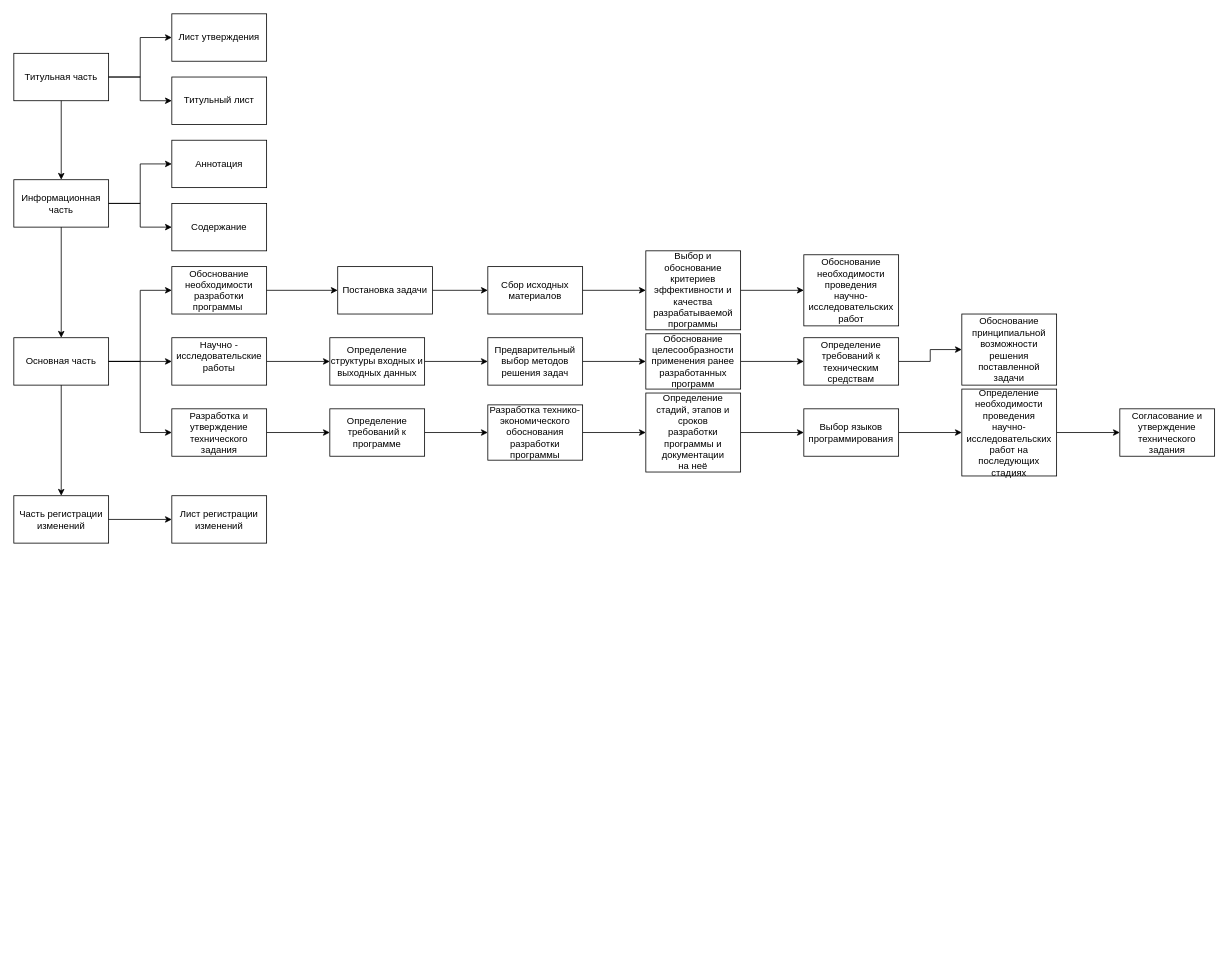
The draw.io diagram PractWork7.drawio in Skverno-Slov/Pitpm, before the edit. Source tidied: cells renumbered, new cells numbered last; positions are measured from the earlier drawing's top-left corner, leaving out a move shared by most shapes. Both pictures are drawn from the tidied source at 79%, with x=0, y=0 at pixel (13, 13).
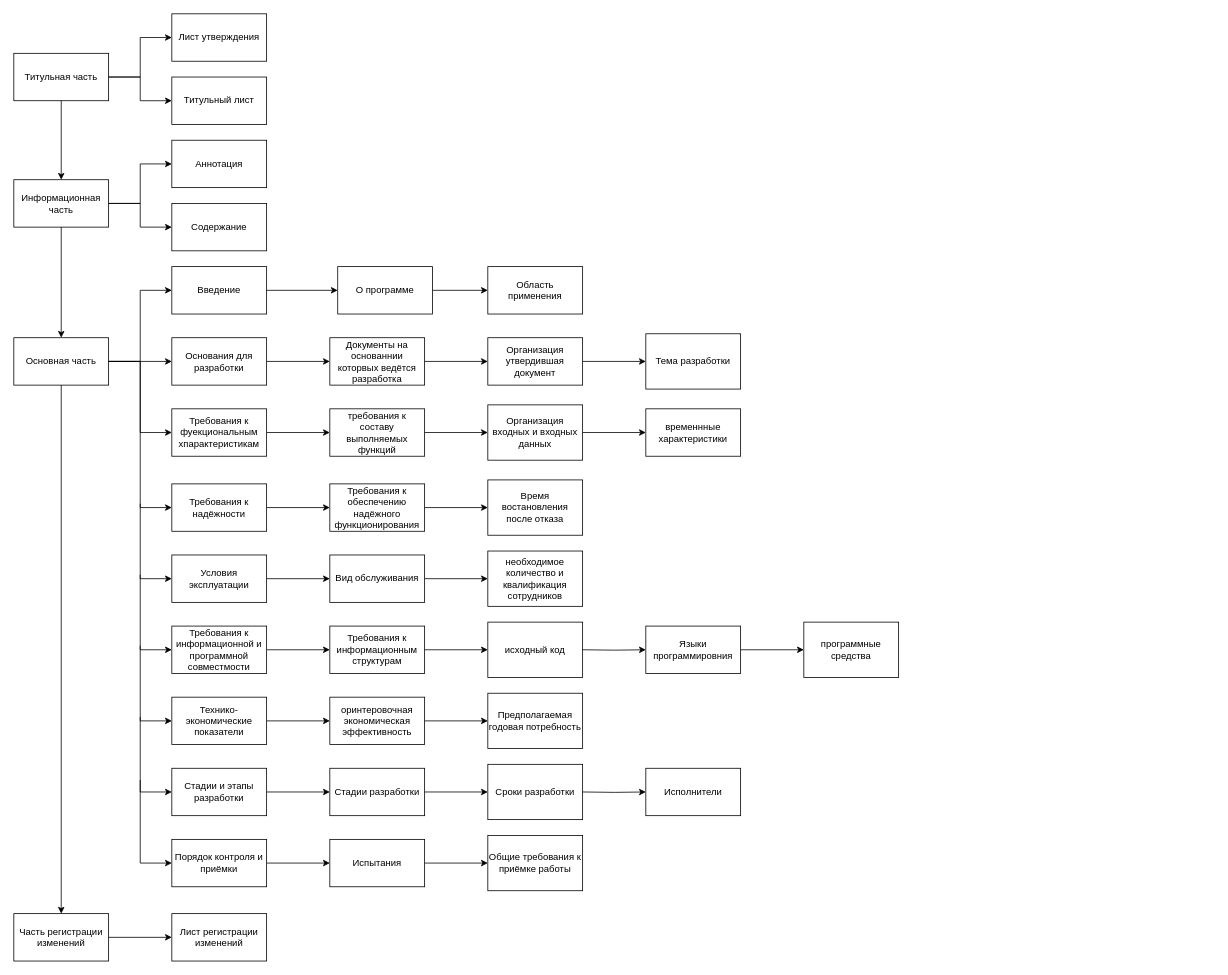
The same diagram, later.

The change refers to these unchanged cells:
```xml
<mxCell id="4" value="Основная часть" style="rounded=0;whiteSpace=wrap;html=1;" parent="1" vertex="1">
  <mxGeometry y="410" width="120" height="60" as="geometry" />
</mxCell>
```

Change to the diagram source:
```diff
@@
     <mxCell id="5" value="Часть регистрации изменений" style="rounded=0;whiteSpace=wrap;html=1;" parent="1" vertex="1">
-      <mxGeometry y="610" width="120" height="60" as="geometry" />
+      <mxGeometry y="1139" width="120" height="60" as="geometry" />
     </mxCell>
     <mxCell id="6" value="Лист регистрации изменений" style="rounded=0;whiteSpace=wrap;html=1;" parent="1" vertex="1">
-      <mxGeometry x="200" y="610" width="120" height="60" as="geometry" />
+      <mxGeometry x="200" y="1139" width="120" height="60" as="geometry" />
     </mxCell>
@@
-    <mxCell id="19" value="Обоснование&lt;br/&gt;необходимости&lt;br/&gt;разработки программы&amp;nbsp;" style="rounded=0;whiteSpace=wrap;html=1;" parent="1" vertex="1">
+    <mxCell id="19" value="Введение" style="rounded=0;whiteSpace=wrap;html=1;" parent="1" vertex="1">
       <mxGeometry x="200" y="320" width="120" height="60" as="geometry" />
     </mxCell>
@@
-    <mxCell id="22" value="Разработка и&lt;br/&gt;утверждение&lt;br/&gt;технического задания" style="rounded=0;whiteSpace=wrap;html=1;" parent="1" vertex="1">
+    <mxCell id="22" value="Требования к фуекциональным хпарактеристикам" style="rounded=0;whiteSpace=wrap;html=1;" parent="1" vertex="1">
       <mxGeometry x="200" y="500" width="120" height="60" as="geometry" />
     </mxCell>
@@
-    <mxCell id="24" value="Научно - исследовательские&lt;br/&gt;работы&lt;div&gt;&lt;br/&gt;&lt;/div&gt;" style="rounded=0;whiteSpace=wrap;html=1;" parent="1" vertex="1">
+    <mxCell id="24" value="&lt;div&gt;Основания для разработки&lt;/div&gt;" style="rounded=0;whiteSpace=wrap;html=1;" parent="1" vertex="1">
       <mxGeometry x="200" y="410" width="120" height="60" as="geometry" />
     </mxCell>
@@
-    <mxCell id="29" value="Постановка задачи" style="rounded=0;whiteSpace=wrap;html=1;" parent="1" vertex="1">
+    <mxCell id="29" value="О программе" style="rounded=0;whiteSpace=wrap;html=1;" parent="1" vertex="1">
       <mxGeometry x="410" y="320" width="120" height="60" as="geometry" />
     </mxCell>
-    <mxCell id="30" style="edgeStyle=orthogonalEdgeStyle;rounded=0;jettySize=auto;html=1;exitX=1;exitY=0.5;exitDx=0;exitDy=0;entryX=0;entryY=0.5;entryDx=0;entryDy=0;" parent="1" edge="1" source="31" target="33">
-      <mxGeometry relative="1" as="geometry" />
-    </mxCell>
-    <mxCell id="31" value="Сбор исходных материалов " style="rounded=0;whiteSpace=wrap;html=1;" parent="1" vertex="1">
+    <mxCell id="31" value="Область применения" style="rounded=0;whiteSpace=wrap;html=1;" parent="1" vertex="1">
       <mxGeometry x="600" y="320" width="120" height="60" as="geometry" />
     </mxCell>
-    <mxCell id="32" style="edgeStyle=orthogonalEdgeStyle;rounded=0;jettySize=auto;html=1;exitX=1;exitY=0.5;exitDx=0;exitDy=0;entryX=0;entryY=0.5;entryDx=0;entryDy=0;" parent="1" edge="1" source="33" target="34">
-      <mxGeometry relative="1" as="geometry" />
-    </mxCell>
-    <mxCell id="33" value="Выбор и обоснование критериев&lt;br/&gt;эффективности и качества&lt;br/&gt;разрабатываемой программы" style="rounded=0;whiteSpace=wrap;html=1;" parent="1" vertex="1">
-      <mxGeometry x="800" y="300" width="120" height="100" as="geometry" />
-    </mxCell>
-    <mxCell id="34" value="Обоснование необходимости проведения&lt;br/&gt;научно-исследовательских работ" style="rounded=0;whiteSpace=wrap;html=1;" parent="1" vertex="1">
-      <mxGeometry x="1000" y="305" width="120" height="90" as="geometry" />
-    </mxCell>
@@
-    <mxCell id="36" value="Определение структуры входных и&lt;br&gt;выходных данных" style="rounded=0;whiteSpace=wrap;html=1;" parent="1" vertex="1">
+    <mxCell id="36" value="Документы на основаннии которвых ведётся разработка" style="rounded=0;whiteSpace=wrap;html=1;" parent="1" vertex="1">
       <mxGeometry x="400" y="410" width="120" height="60" as="geometry" />
     </mxCell>
@@
-    <mxCell id="38" value="Предварительный выбор методов&lt;br/&gt;решения задач" style="rounded=0;whiteSpace=wrap;html=1;" parent="1" vertex="1">
+    <mxCell id="38" value="Организация утвердившая документ" style="rounded=0;whiteSpace=wrap;html=1;" parent="1" vertex="1">
       <mxGeometry x="600" y="410" width="120" height="60" as="geometry" />
     </mxCell>
-    <mxCell id="39" style="edgeStyle=orthogonalEdgeStyle;rounded=0;jettySize=auto;html=1;exitX=1;exitY=0.5;exitDx=0;exitDy=0;entryX=0;entryY=0.5;entryDx=0;entryDy=0;" parent="1" edge="1" source="40" target="42">
-      <mxGeometry relative="1" as="geometry" />
-    </mxCell>
-    <mxCell id="40" value="Обоснование целесообразности&lt;br/&gt;применения ранее разработанных&lt;br/&gt;программ" style="rounded=0;whiteSpace=wrap;html=1;" parent="1" vertex="1">
+    <mxCell id="40" value="Тема разработки" style="rounded=0;whiteSpace=wrap;html=1;" parent="1" vertex="1">
       <mxGeometry x="800" y="405" width="120" height="70" as="geometry" />
     </mxCell>
-    <mxCell id="41" style="edgeStyle=orthogonalEdgeStyle;rounded=0;jettySize=auto;html=1;exitX=1;exitY=0.5;exitDx=0;exitDy=0;entryX=0;entryY=0.5;entryDx=0;entryDy=0;" parent="1" edge="1" source="42" target="51">
-      <mxGeometry relative="1" as="geometry" />
-    </mxCell>
-    <mxCell id="42" value="Определение требований к техническим&lt;br/&gt;средствам" style="rounded=0;whiteSpace=wrap;html=1;" parent="1" vertex="1">
-      <mxGeometry x="1000" y="410" width="120" height="60" as="geometry" />
-    </mxCell>
@@
-    <mxCell id="44" value="Определение требований к программе" style="rounded=0;whiteSpace=wrap;html=1;" parent="1" vertex="1">
+    <mxCell id="44" value="требования к составу выполняемых функций" style="rounded=0;whiteSpace=wrap;html=1;" parent="1" vertex="1">
       <mxGeometry x="400" y="500" width="120" height="60" as="geometry" />
     </mxCell>
@@
-    <mxCell id="46" value="Разработка технико-экономического&lt;br/&gt;обоснования разработки программы" style="rounded=0;whiteSpace=wrap;html=1;" parent="1" vertex="1">
+    <mxCell id="46" value="Организация входных и входных данных" style="rounded=0;whiteSpace=wrap;html=1;" parent="1" vertex="1">
       <mxGeometry x="600" y="495" width="120" height="70" as="geometry" />
     </mxCell>
-    <mxCell id="47" style="edgeStyle=orthogonalEdgeStyle;rounded=0;jettySize=auto;html=1;exitX=1;exitY=0.5;exitDx=0;exitDy=0;entryX=0;entryY=0.5;entryDx=0;entryDy=0;" parent="1" edge="1" source="48" target="50">
-      <mxGeometry relative="1" as="geometry" />
-    </mxCell>
-    <mxCell id="48" value="Определение стадий, этапов и сроков&lt;br/&gt;разработки программы и документации&lt;br/&gt;на неё" style="rounded=0;whiteSpace=wrap;html=1;" parent="1" vertex="1">
-      <mxGeometry x="800" y="480" width="120" height="100" as="geometry" />
+    <mxCell id="48" value="временнные характеристики" style="rounded=0;whiteSpace=wrap;html=1;" parent="1" vertex="1">
+      <mxGeometry x="800" y="500" width="120" height="60" as="geometry" />
     </mxCell>
-    <mxCell id="49" style="edgeStyle=orthogonalEdgeStyle;rounded=0;jettySize=auto;html=1;exitX=1;exitY=0.5;exitDx=0;exitDy=0;entryX=0;entryY=0.5;entryDx=0;entryDy=0;" parent="1" edge="1" source="50" target="53">
-      <mxGeometry relative="1" as="geometry" />
-    </mxCell>
-    <mxCell id="50" value="Выбор языков программирования" style="rounded=0;whiteSpace=wrap;html=1;" parent="1" vertex="1">
-      <mxGeometry x="1000" y="500" width="120" height="60" as="geometry" />
-    </mxCell>
-    <mxCell id="51" value="Обоснование принципиальной&lt;br/&gt;возможности решения поставленной&lt;br/&gt;задачи " style="rounded=0;whiteSpace=wrap;html=1;" parent="1" vertex="1">
-      <mxGeometry x="1200" y="380" width="120" height="90" as="geometry" />
-    </mxCell>
-    <mxCell id="52" style="edgeStyle=orthogonalEdgeStyle;rounded=0;jettySize=auto;html=1;exitX=1;exitY=0.5;exitDx=0;exitDy=0;entryX=0;entryY=0.5;entryDx=0;entryDy=0;" parent="1" edge="1" source="53" target="54">
-      <mxGeometry relative="1" as="geometry" />
-    </mxCell>
-    <mxCell id="53" value="Определение необходимости проведения&lt;br/&gt;научно-исследовательских работ на&lt;br/&gt;последующих стадиях" style="rounded=0;whiteSpace=wrap;html=1;" parent="1" vertex="1">
-      <mxGeometry x="1200" y="475" width="120" height="110" as="geometry" />
-    </mxCell>
-    <mxCell id="54" value="Согласование и утверждение&lt;br/&gt;технического задания" style="rounded=0;whiteSpace=wrap;html=1;" parent="1" vertex="1">
-      <mxGeometry x="1400" y="500" width="120" height="60" as="geometry" />
-    </mxCell>
+    <mxCell id="55" style="edgeStyle=orthogonalEdgeStyle;rounded=0;jettySize=auto;html=1;exitX=1;exitY=0.5;exitDx=0;exitDy=0;entryX=0;entryY=0.5;entryDx=0;entryDy=0;" parent="1" edge="1" source="56" target="58">
+      <mxGeometry relative="1" as="geometry" />
+    </mxCell>
+    <mxCell id="56" value="Требования к надёжности" style="rounded=0;whiteSpace=wrap;html=1;" parent="1" vertex="1">
+      <mxGeometry x="200" y="595" width="120" height="60" as="geometry" />
+    </mxCell>
+    <mxCell id="57" style="edgeStyle=orthogonalEdgeStyle;rounded=0;jettySize=auto;html=1;exitX=1;exitY=0.5;exitDx=0;exitDy=0;entryX=0;entryY=0.5;entryDx=0;entryDy=0;" parent="1" edge="1" source="58" target="59">
+      <mxGeometry relative="1" as="geometry" />
+    </mxCell>
+    <mxCell id="58" value="Требования к обеспечению надёжного функционирования" style="rounded=0;whiteSpace=wrap;html=1;" parent="1" vertex="1">
+      <mxGeometry x="400" y="595" width="120" height="60" as="geometry" />
+    </mxCell>
+    <mxCell id="59" value="Время востановления после отказа" style="rounded=0;whiteSpace=wrap;html=1;" parent="1" vertex="1">
+      <mxGeometry x="600" y="590" width="120" height="70" as="geometry" />
+    </mxCell>
+    <mxCell id="60" style="endArrow=classic;html=1;rounded=0;entryX=0;entryY=0.5;entryDx=0;entryDy=0;exitX=1;exitY=0.5;exitDx=0;exitDy=0;" parent="1" edge="1" source="4" target="56">
+      <mxGeometry relative="1" as="geometry">
+        <Array as="points">
+          <mxPoint x="160" y="440" />
+          <mxPoint x="160" y="625" />
+        </Array>
+      </mxGeometry>
+    </mxCell>
+    <mxCell id="61" style="edgeStyle=orthogonalEdgeStyle;rounded=0;jettySize=auto;html=1;exitX=1;exitY=0.5;exitDx=0;exitDy=0;entryX=0;entryY=0.5;entryDx=0;entryDy=0;" parent="1" edge="1" source="62" target="64">
+      <mxGeometry relative="1" as="geometry" />
+    </mxCell>
+    <mxCell id="62" value="Условия эксплуатации" style="rounded=0;whiteSpace=wrap;html=1;" parent="1" vertex="1">
+      <mxGeometry x="200" y="685" width="120" height="60" as="geometry" />
+    </mxCell>
+    <mxCell id="63" style="edgeStyle=orthogonalEdgeStyle;rounded=0;jettySize=auto;html=1;exitX=1;exitY=0.5;exitDx=0;exitDy=0;entryX=0;entryY=0.5;entryDx=0;entryDy=0;" parent="1" edge="1" source="64" target="65">
+      <mxGeometry relative="1" as="geometry" />
+    </mxCell>
+    <mxCell id="64" value="Вид обслуживания" style="rounded=0;whiteSpace=wrap;html=1;" parent="1" vertex="1">
+      <mxGeometry x="400" y="685" width="120" height="60" as="geometry" />
+    </mxCell>
+    <mxCell id="65" value="необходимое количество и квалификация сотрудников" style="rounded=0;whiteSpace=wrap;html=1;" parent="1" vertex="1">
+      <mxGeometry x="600" y="680" width="120" height="70" as="geometry" />
+    </mxCell>
+    <mxCell id="66" style="endArrow=classic;html=1;rounded=0;entryX=0;entryY=0.5;entryDx=0;entryDy=0;" parent="1" edge="1" target="62">
+      <mxGeometry relative="1" as="geometry">
+        <mxPoint x="160" y="620" as="sourcePoint" />
+        <Array as="points">
+          <mxPoint x="160" y="715" />
+        </Array>
+      </mxGeometry>
+    </mxCell>
+    <mxCell id="67" style="edgeStyle=orthogonalEdgeStyle;rounded=0;jettySize=auto;html=1;exitX=1;exitY=0.5;exitDx=0;exitDy=0;entryX=0;entryY=0.5;entryDx=0;entryDy=0;" parent="1" edge="1" source="68" target="70">
+      <mxGeometry relative="1" as="geometry" />
+    </mxCell>
+    <mxCell id="68" value="Требования к информационной и программной совместмости" style="rounded=0;whiteSpace=wrap;html=1;" parent="1" vertex="1">
+      <mxGeometry x="200" y="775" width="120" height="60" as="geometry" />
+    </mxCell>
+    <mxCell id="69" style="edgeStyle=orthogonalEdgeStyle;rounded=0;jettySize=auto;html=1;exitX=1;exitY=0.5;exitDx=0;exitDy=0;entryX=0;entryY=0.5;entryDx=0;entryDy=0;" parent="1" edge="1" source="70" target="71">
+      <mxGeometry relative="1" as="geometry" />
+    </mxCell>
+    <mxCell id="70" value="Требования к информационным структурам" style="rounded=0;whiteSpace=wrap;html=1;" parent="1" vertex="1">
+      <mxGeometry x="400" y="775" width="120" height="60" as="geometry" />
+    </mxCell>
+    <mxCell id="71" value="исходный код" style="rounded=0;whiteSpace=wrap;html=1;" parent="1" vertex="1">
+      <mxGeometry x="600" y="770" width="120" height="70" as="geometry" />
+    </mxCell>
+    <mxCell id="72" style="endArrow=classic;html=1;rounded=0;entryX=0;entryY=0.5;entryDx=0;entryDy=0;" parent="1" edge="1" target="68">
+      <mxGeometry relative="1" as="geometry">
+        <mxPoint x="160" y="710" as="sourcePoint" />
+        <Array as="points">
+          <mxPoint x="160" y="805" />
+        </Array>
+      </mxGeometry>
+    </mxCell>
+    <mxCell id="73" style="edgeStyle=orthogonalEdgeStyle;rounded=0;jettySize=auto;html=1;exitX=1;exitY=0.5;exitDx=0;exitDy=0;entryX=0;entryY=0.5;entryDx=0;entryDy=0;" parent="1" edge="1" target="75">
+      <mxGeometry relative="1" as="geometry">
+        <mxPoint x="720" y="805" as="sourcePoint" />
+      </mxGeometry>
+    </mxCell>
+    <mxCell id="74" style="edgeStyle=orthogonalEdgeStyle;rounded=0;jettySize=auto;html=1;exitX=1;exitY=0.5;exitDx=0;exitDy=0;entryX=0;entryY=0.5;entryDx=0;entryDy=0;" parent="1" edge="1" source="75" target="76">
+      <mxGeometry relative="1" as="geometry" />
+    </mxCell>
+    <mxCell id="75" value="Языки программировния" style="rounded=0;whiteSpace=wrap;html=1;" parent="1" vertex="1">
+      <mxGeometry x="800" y="775" width="120" height="60" as="geometry" />
+    </mxCell>
+    <mxCell id="76" value="программные средства" style="rounded=0;whiteSpace=wrap;html=1;" parent="1" vertex="1">
+      <mxGeometry x="1000" y="770" width="120" height="70" as="geometry" />
+    </mxCell>
+    <mxCell id="77" style="edgeStyle=orthogonalEdgeStyle;rounded=0;jettySize=auto;html=1;exitX=1;exitY=0.5;exitDx=0;exitDy=0;entryX=0;entryY=0.5;entryDx=0;entryDy=0;" parent="1" edge="1" source="78" target="80">
+      <mxGeometry relative="1" as="geometry" />
+    </mxCell>
+    <mxCell id="78" value="Технико-экономические показатели" style="rounded=0;whiteSpace=wrap;html=1;" parent="1" vertex="1">
+      <mxGeometry x="200" y="865" width="120" height="60" as="geometry" />
+    </mxCell>
+    <mxCell id="79" style="edgeStyle=orthogonalEdgeStyle;rounded=0;jettySize=auto;html=1;exitX=1;exitY=0.5;exitDx=0;exitDy=0;entryX=0;entryY=0.5;entryDx=0;entryDy=0;" parent="1" edge="1" source="80" target="81">
+      <mxGeometry relative="1" as="geometry" />
+    </mxCell>
+    <mxCell id="80" value="оринтеровочная экономическая эффективность" style="rounded=0;whiteSpace=wrap;html=1;" parent="1" vertex="1">
+      <mxGeometry x="400" y="865" width="120" height="60" as="geometry" />
+    </mxCell>
+    <mxCell id="81" value="Предполагаемая годовая потребность" style="rounded=0;whiteSpace=wrap;html=1;" parent="1" vertex="1">
+      <mxGeometry x="600" y="860" width="120" height="70" as="geometry" />
+    </mxCell>
+    <mxCell id="82" style="edgeStyle=orthogonalEdgeStyle;rounded=0;jettySize=auto;html=1;exitX=1;exitY=0.5;exitDx=0;exitDy=0;entryX=0;entryY=0.5;entryDx=0;entryDy=0;" parent="1" edge="1" source="83" target="85">
+      <mxGeometry relative="1" as="geometry" />
+    </mxCell>
+    <mxCell id="83" value="Стадии и этапы разработки" style="rounded=0;whiteSpace=wrap;html=1;" parent="1" vertex="1">
+      <mxGeometry x="200" y="955" width="120" height="60" as="geometry" />
+    </mxCell>
+    <mxCell id="84" style="edgeStyle=orthogonalEdgeStyle;rounded=0;jettySize=auto;html=1;exitX=1;exitY=0.5;exitDx=0;exitDy=0;entryX=0;entryY=0.5;entryDx=0;entryDy=0;" parent="1" edge="1" source="85" target="86">
+      <mxGeometry relative="1" as="geometry" />
+    </mxCell>
+    <mxCell id="85" value="Стадии разработки" style="rounded=0;whiteSpace=wrap;html=1;" parent="1" vertex="1">
+      <mxGeometry x="400" y="955" width="120" height="60" as="geometry" />
+    </mxCell>
+    <mxCell id="86" value="Сроки разработки" style="rounded=0;whiteSpace=wrap;html=1;" parent="1" vertex="1">
+      <mxGeometry x="600" y="950" width="120" height="70" as="geometry" />
+    </mxCell>
+    <mxCell id="87" style="endArrow=classic;html=1;rounded=0;entryX=0;entryY=0.5;entryDx=0;entryDy=0;" parent="1" edge="1" target="78">
+      <mxGeometry relative="1" as="geometry">
+        <mxPoint x="160" y="800" as="sourcePoint" />
+        <Array as="points">
+          <mxPoint x="160" y="895" />
+        </Array>
+      </mxGeometry>
+    </mxCell>
+    <mxCell id="88" style="endArrow=classic;html=1;rounded=0;entryX=0;entryY=0.5;entryDx=0;entryDy=0;" parent="1" edge="1" target="83">
+      <mxGeometry relative="1" as="geometry">
+        <mxPoint x="160" y="890" as="sourcePoint" />
+        <Array as="points">
+          <mxPoint x="160" y="985" />
+        </Array>
+      </mxGeometry>
+    </mxCell>
+    <mxCell id="89" style="edgeStyle=orthogonalEdgeStyle;rounded=0;jettySize=auto;html=1;exitX=1;exitY=0.5;exitDx=0;exitDy=0;entryX=0;entryY=0.5;entryDx=0;entryDy=0;" parent="1" edge="1" target="90">
+      <mxGeometry relative="1" as="geometry">
+        <mxPoint x="720" y="985" as="sourcePoint" />
+      </mxGeometry>
+    </mxCell>
+    <mxCell id="90" value="Исполнители" style="rounded=0;whiteSpace=wrap;html=1;" parent="1" vertex="1">
+      <mxGeometry x="800" y="955" width="120" height="60" as="geometry" />
+    </mxCell>
+    <mxCell id="91" style="edgeStyle=orthogonalEdgeStyle;rounded=0;jettySize=auto;html=1;exitX=1;exitY=0.5;exitDx=0;exitDy=0;entryX=0;entryY=0.5;entryDx=0;entryDy=0;" parent="1" edge="1" source="92" target="94">
+      <mxGeometry relative="1" as="geometry" />
+    </mxCell>
+    <mxCell id="92" value="Порядок контроля и приёмки" style="rounded=0;whiteSpace=wrap;html=1;" parent="1" vertex="1">
+      <mxGeometry x="200" y="1045" width="120" height="60" as="geometry" />
+    </mxCell>
+    <mxCell id="93" style="edgeStyle=orthogonalEdgeStyle;rounded=0;jettySize=auto;html=1;exitX=1;exitY=0.5;exitDx=0;exitDy=0;entryX=0;entryY=0.5;entryDx=0;entryDy=0;" parent="1" edge="1" source="94" target="95">
+      <mxGeometry relative="1" as="geometry" />
+    </mxCell>
+    <mxCell id="94" value="Испытания" style="rounded=0;whiteSpace=wrap;html=1;" parent="1" vertex="1">
+      <mxGeometry x="400" y="1045" width="120" height="60" as="geometry" />
+    </mxCell>
+    <mxCell id="95" value="Общие требования к приёмке работы" style="rounded=0;whiteSpace=wrap;html=1;" parent="1" vertex="1">
+      <mxGeometry x="600" y="1040" width="120" height="70" as="geometry" />
+    </mxCell>
+    <mxCell id="96" style="endArrow=classic;html=1;rounded=0;entryX=0;entryY=0.5;entryDx=0;entryDy=0;" parent="1" edge="1" target="92">
+      <mxGeometry relative="1" as="geometry">
+        <mxPoint x="160" y="970" as="sourcePoint" />
+        <Array as="points">
+          <mxPoint x="160" y="1075" />
+        </Array>
+      </mxGeometry>
+    </mxCell>
```
